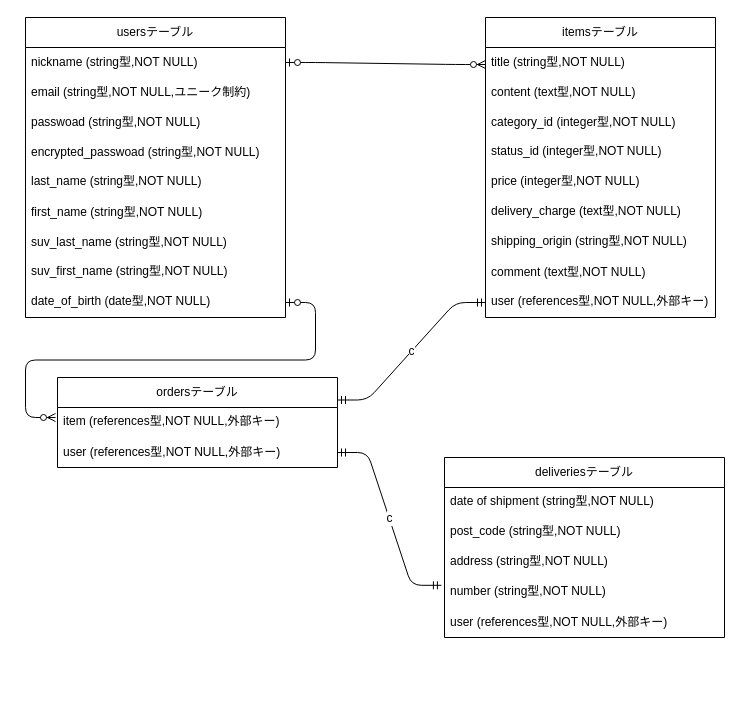
Above: furima.dio in koharayuki/furima-39296 (draw.io), before the change. Source tidied: cells renumbered, new cells numbered last; positions are measured from the earlier drawing's top-left corner, leaving out a move shared by most shapes. Both pictures are drawn from the tidied source at 100%, with x=0, y=0 at pixel (25, 17).
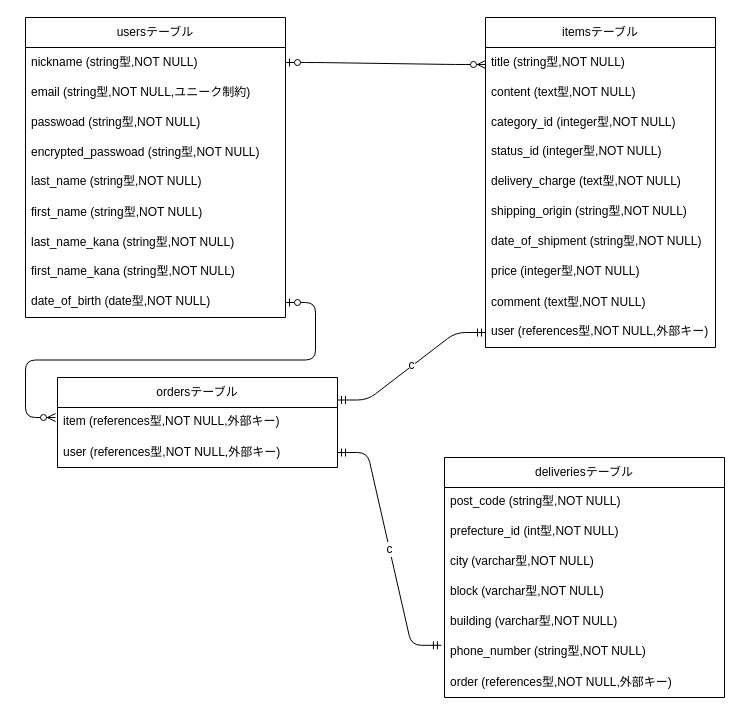
The same diagram, later.

Commit message (it also covers changes not shown here):
コメントの修正④

The change refers to these unchanged cells:
```xml
<mxCell id="2" value="usersテーブル" style="swimlane;fontStyle=0;horizontal=1;startSize=30;whiteSpace=wrap;html=1;" parent="1" vertex="1">
  <mxGeometry width="260" height="300" as="geometry" />
</mxCell>
```

What changed in the source:
```diff
@@
-    <mxCell id="9" value="&lt;span style=&quot;&quot;&gt;suv_last_name&amp;nbsp;(string型,NOT NULL)&lt;/span&gt;" style="text;strokeColor=none;fillColor=none;align=left;verticalAlign=middle;spacingLeft=4;spacingRight=4;overflow=hidden;whiteSpace=wrap;html=1;" parent="2" vertex="1">
+    <mxCell id="9" value="&lt;span style=&quot;&quot;&gt;last_name_kana (string型,NOT NULL)&lt;/span&gt;" style="text;strokeColor=none;fillColor=none;align=left;verticalAlign=middle;spacingLeft=4;spacingRight=4;overflow=hidden;whiteSpace=wrap;html=1;" parent="2" vertex="1">
       <mxGeometry y="210" width="260" height="30" as="geometry" />
     </mxCell>
-    <mxCell id="10" value="suv_first_name (string型,NOT NULL)" style="text;strokeColor=none;fillColor=none;spacingLeft=4;spacingRight=4;overflow=hidden;fontSize=12;" parent="2" vertex="1">
+    <mxCell id="10" value="first_name_kana (string型,NOT NULL)" style="text;strokeColor=none;fillColor=none;spacingLeft=4;spacingRight=4;overflow=hidden;fontSize=12;" parent="2" vertex="1">
       <mxGeometry y="240" width="260" height="30" as="geometry" />
     </mxCell>
@@
     <mxCell id="12" value="itemsテーブル" style="swimlane;fontStyle=0;horizontal=1;startSize=30;whiteSpace=wrap;html=1;" parent="1" vertex="1">
-      <mxGeometry x="460" width="230" height="300" as="geometry" />
+      <mxGeometry x="460" width="230" height="330" as="geometry" />
     </mxCell>
@@
-    <mxCell id="17" value="price (integer型,NOT NULL)" style="text;strokeColor=none;fillColor=none;spacingLeft=4;spacingRight=4;overflow=hidden;fontSize=12;" parent="12" vertex="1">
-      <mxGeometry y="150" width="230" height="30" as="geometry" />
-    </mxCell>
     <mxCell id="18" value="delivery_charge (text型,NOT NULL)" style="text;strokeColor=none;fillColor=none;spacingLeft=4;spacingRight=4;overflow=hidden;fontSize=12;" parent="12" vertex="1">
-      <mxGeometry y="180" width="230" height="30" as="geometry" />
+      <mxGeometry y="150" width="230" height="30" as="geometry" />
     </mxCell>
     <mxCell id="19" value="shipping_origin (string型,NOT NULL)" style="text;strokeColor=none;fillColor=none;spacingLeft=4;spacingRight=4;overflow=hidden;fontSize=12;" parent="12" vertex="1">
-      <mxGeometry y="210" width="230" height="30" as="geometry" />
+      <mxGeometry y="180" width="230" height="30" as="geometry" />
     </mxCell>
+    <mxCell id="27" value="date_of_shipment (string型,NOT NULL)" style="text;strokeColor=none;fillColor=none;spacingLeft=4;spacingRight=4;overflow=hidden;fontSize=12;" parent="12" vertex="1">
+      <mxGeometry y="210" width="230" height="30" as="geometry" />
+    </mxCell>
+    <mxCell id="17" value="price (integer型,NOT NULL)" style="text;strokeColor=none;fillColor=none;spacingLeft=4;spacingRight=4;overflow=hidden;fontSize=12;" parent="12" vertex="1">
+      <mxGeometry y="240" width="230" height="30" as="geometry" />
+    </mxCell>
     <mxCell id="20" value="comment (text型,NOT NULL)" style="text;strokeColor=none;fillColor=none;align=left;verticalAlign=middle;spacingLeft=4;spacingRight=4;overflow=hidden;whiteSpace=wrap;html=1;" parent="12" vertex="1">
-      <mxGeometry y="240" width="230" height="30" as="geometry" />
+      <mxGeometry y="270" width="230" height="30" as="geometry" />
     </mxCell>
     <mxCell id="21" value="user (references型,NOT NULL,外部キー)" style="text;strokeColor=none;fillColor=none;spacingLeft=4;spacingRight=4;overflow=hidden;points=[[0,0.5],[1,0.5]];portConstraint=eastwest;fontSize=12;" parent="12" vertex="1">
-      <mxGeometry y="270" width="230" height="30" as="geometry" />
+      <mxGeometry y="300" width="230" height="30" as="geometry" />
     </mxCell>
@@
     <mxCell id="26" value="deliveriesテーブル" style="swimlane;fontStyle=0;horizontal=1;startSize=30;whiteSpace=wrap;html=1;" parent="1" vertex="1">
-      <mxGeometry x="419" y="440" width="280" height="180" as="geometry" />
+      <mxGeometry x="419" y="440" width="280" height="240" as="geometry" />
     </mxCell>
-    <mxCell id="27" value="date of shipment (string型,NOT NULL)" style="text;strokeColor=none;fillColor=none;spacingLeft=4;spacingRight=4;overflow=hidden;fontSize=12;" parent="26" vertex="1">
-      <mxGeometry y="30" width="280" height="30" as="geometry" />
-    </mxCell>
     <mxCell id="28" value="post_code (string型,NOT NULL)" style="text;strokeColor=none;fillColor=none;spacingLeft=4;spacingRight=4;overflow=hidden;fontSize=12;" parent="26" vertex="1">
-      <mxGeometry y="60" width="280" height="30" as="geometry" />
+      <mxGeometry y="30" width="280" height="30" as="geometry" />
     </mxCell>
-    <mxCell id="29" value="address (string型,NOT NULL)" style="text;strokeColor=none;fillColor=none;spacingLeft=4;spacingRight=4;overflow=hidden;fontSize=12;" parent="26" vertex="1">
-      <mxGeometry y="90" width="280" height="30" as="geometry" />
+    <mxCell id="29" value="prefecture_id (int型,NOT NULL)" style="text;strokeColor=none;fillColor=none;spacingLeft=4;spacingRight=4;overflow=hidden;fontSize=12;" parent="26" vertex="1">
+      <mxGeometry y="60" width="280" height="30" as="geometry" />
     </mxCell>
+    <mxCell id="35" value="city (varchar型,NOT NULL)" style="text;strokeColor=none;fillColor=none;spacingLeft=4;spacingRight=4;overflow=hidden;fontSize=12;" parent="26" vertex="1">
+      <mxGeometry y="90" width="280" height="30" as="geometry" />
+    </mxCell>
+    <mxCell id="36" value="block (varchar型,NOT NULL)" style="text;strokeColor=none;fillColor=none;spacingLeft=4;spacingRight=4;overflow=hidden;fontSize=12;" parent="26" vertex="1">
+      <mxGeometry y="120" width="280" height="30" as="geometry" />
+    </mxCell>
+    <mxCell id="37" value="building (varchar型,NOT NULL)" style="text;strokeColor=none;fillColor=none;spacingLeft=4;spacingRight=4;overflow=hidden;fontSize=12;" parent="26" vertex="1">
+      <mxGeometry y="150" width="280" height="30" as="geometry" />
+    </mxCell>
-    <mxCell id="30" value="number (string型,NOT NULL)" style="text;strokeColor=none;fillColor=none;spacingLeft=4;spacingRight=4;overflow=hidden;points=[[0,0.5],[1,0.5]];portConstraint=eastwest;fontSize=12;" parent="26" vertex="1">
-      <mxGeometry y="120" width="280" height="30" as="geometry" />
+    <mxCell id="30" value="phone_number (string型,NOT NULL)" style="text;strokeColor=none;fillColor=none;spacingLeft=4;spacingRight=4;overflow=hidden;points=[[0,0.5],[1,0.5]];portConstraint=eastwest;fontSize=12;" parent="26" vertex="1">
+      <mxGeometry y="180" width="280" height="30" as="geometry" />
     </mxCell>
-    <mxCell id="31" value="user (references型,NOT NULL,外部キー)" style="text;strokeColor=none;fillColor=none;align=left;verticalAlign=middle;spacingLeft=4;spacingRight=4;overflow=hidden;whiteSpace=wrap;html=1;" parent="26" vertex="1">
-      <mxGeometry y="150" width="280" height="30" as="geometry" />
+    <mxCell id="31" value="order (references型,NOT NULL,外部キー)" style="text;strokeColor=none;fillColor=none;align=left;verticalAlign=middle;spacingLeft=4;spacingRight=4;overflow=hidden;whiteSpace=wrap;html=1;" parent="26" vertex="1">
+      <mxGeometry y="210" width="280" height="30" as="geometry" />
     </mxCell>
```
